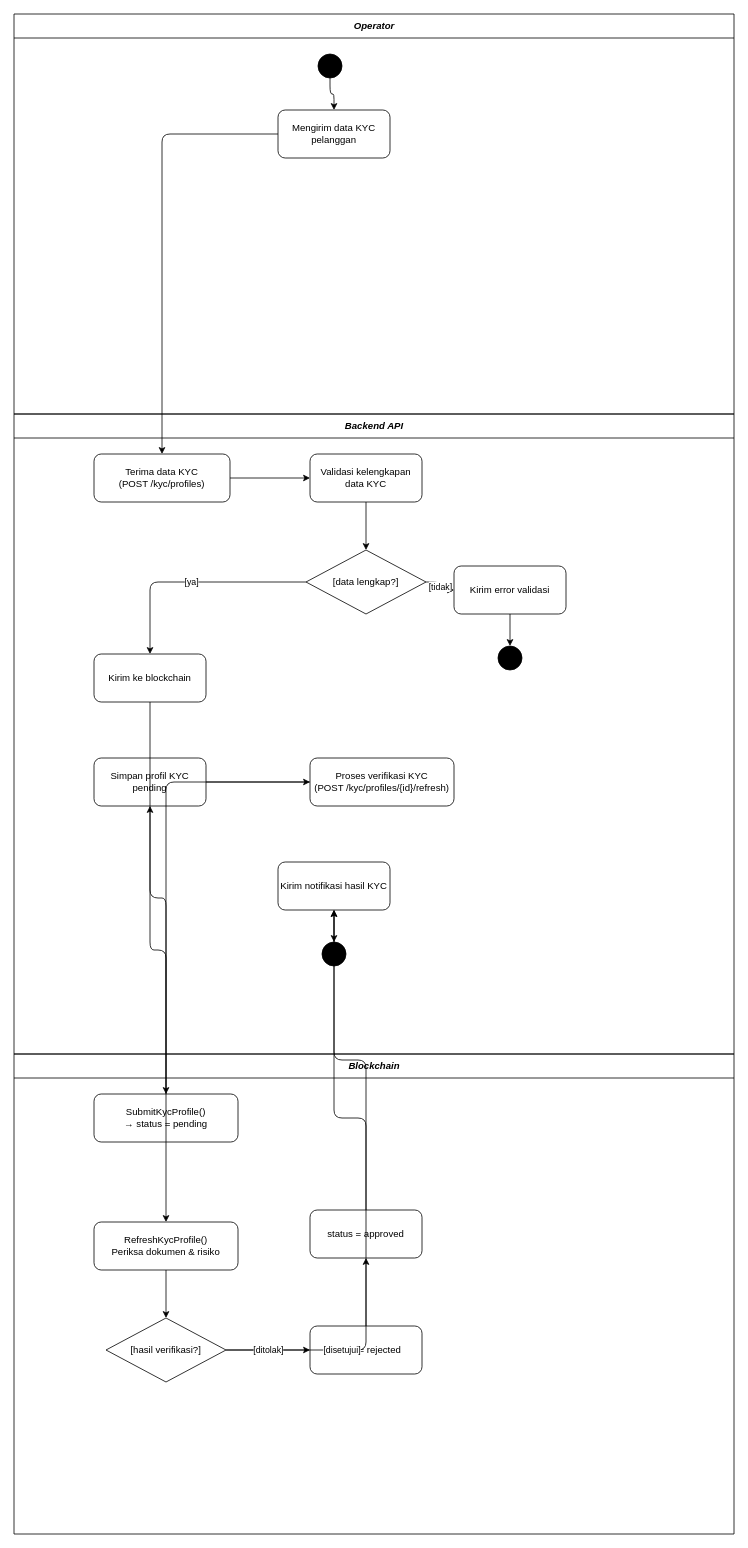
This is bi-coin-fabric/docs/diagrams/activity/AD04-Onboarding-KYC-Pelanggan.drawio from mfachrizalg/bi-coin, a draw.io file, before an edit. Source tidied: cells renumbered, new cells numbered last; positions are measured from the earlier drawing's top-left corner, leaving out a move shared by most shapes. Both pictures are drawn from the tidied source at 80%, with x=0, y=0 at pixel (14, 14).
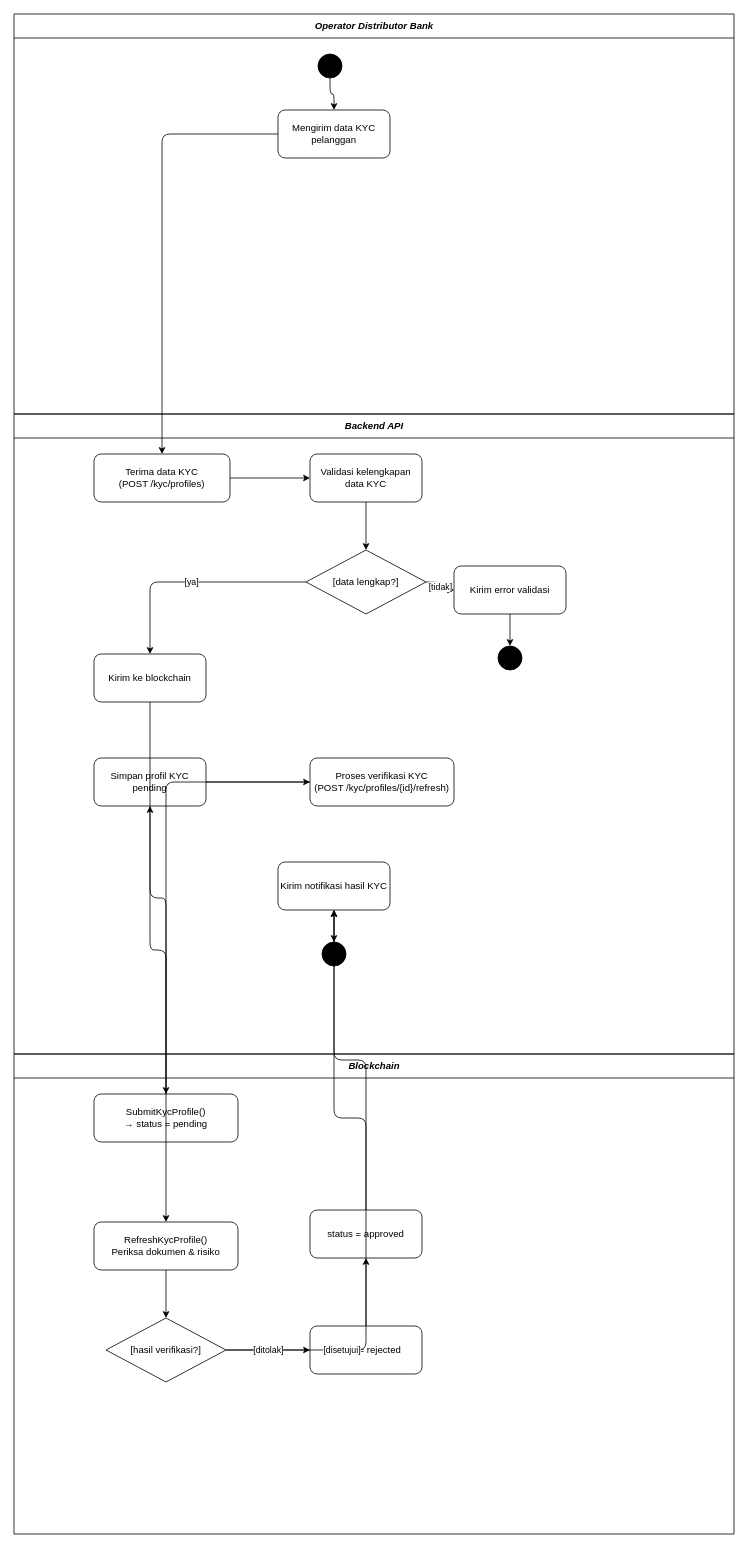
The same page after the edit.

What changed in the source:
```diff
@@
-    <mxCell id="2" value="&lt;i&gt;&lt;b&gt;Operator&lt;/b&gt;&lt;/i&gt;" style="swimlane;horizontal=1;startSize=30;fillColor=none;strokeColor=#000000;fontStyle=3;fontSize=12;html=1;" parent="1" vertex="1">
+    <mxCell id="2" value="&lt;i&gt;&lt;b&gt;Operator Distributor Bank&lt;/b&gt;&lt;/i&gt;" style="swimlane;horizontal=1;startSize=30;fillColor=none;strokeColor=#000000;fontStyle=3;fontSize=12;html=1;" parent="1" vertex="1">
       <mxGeometry width="900" height="500" as="geometry" />
     </mxCell>
```
